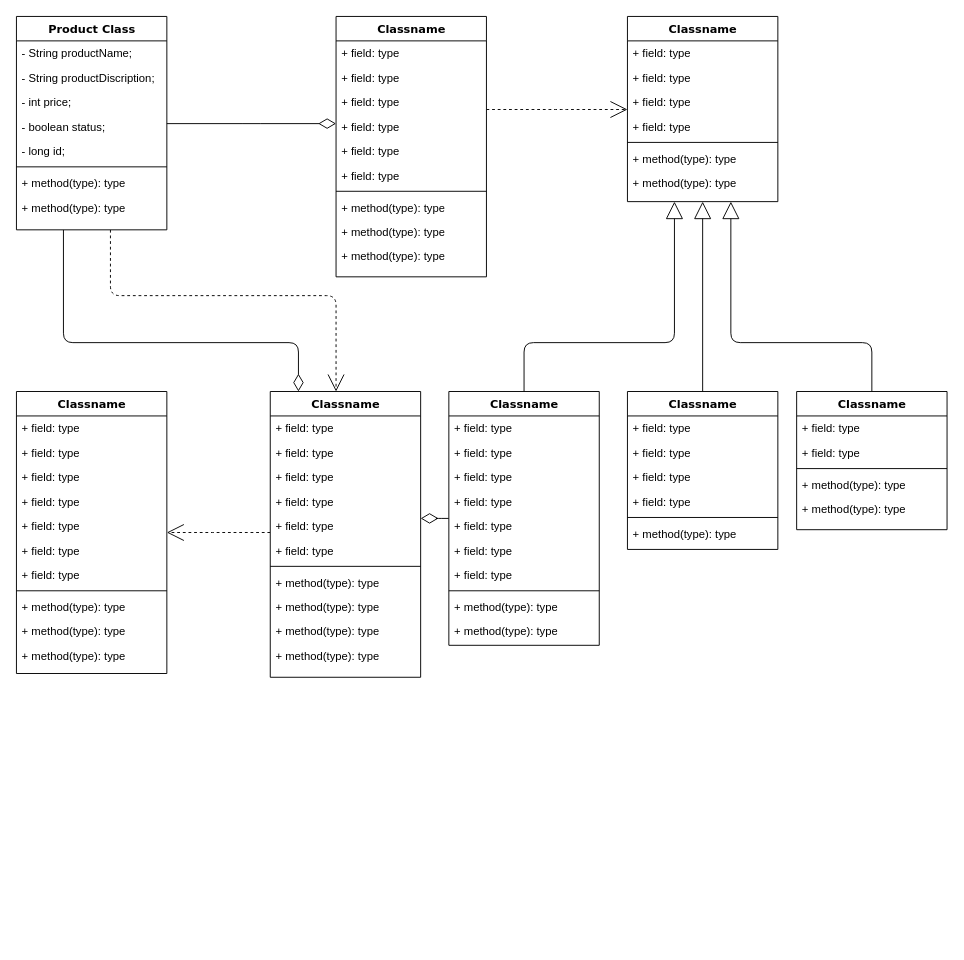
This is Dev_shop_UML.drawio from StanislawGlegola/dev-shop, a draw.io file, before an edit. Source tidied: cells renumbered, new cells numbered last; positions are measured from the earlier drawing's top-left corner, leaving out a move shared by most shapes. Both pictures are drawn from the tidied source at 94%, with x=0, y=0 at pixel (16, 16).
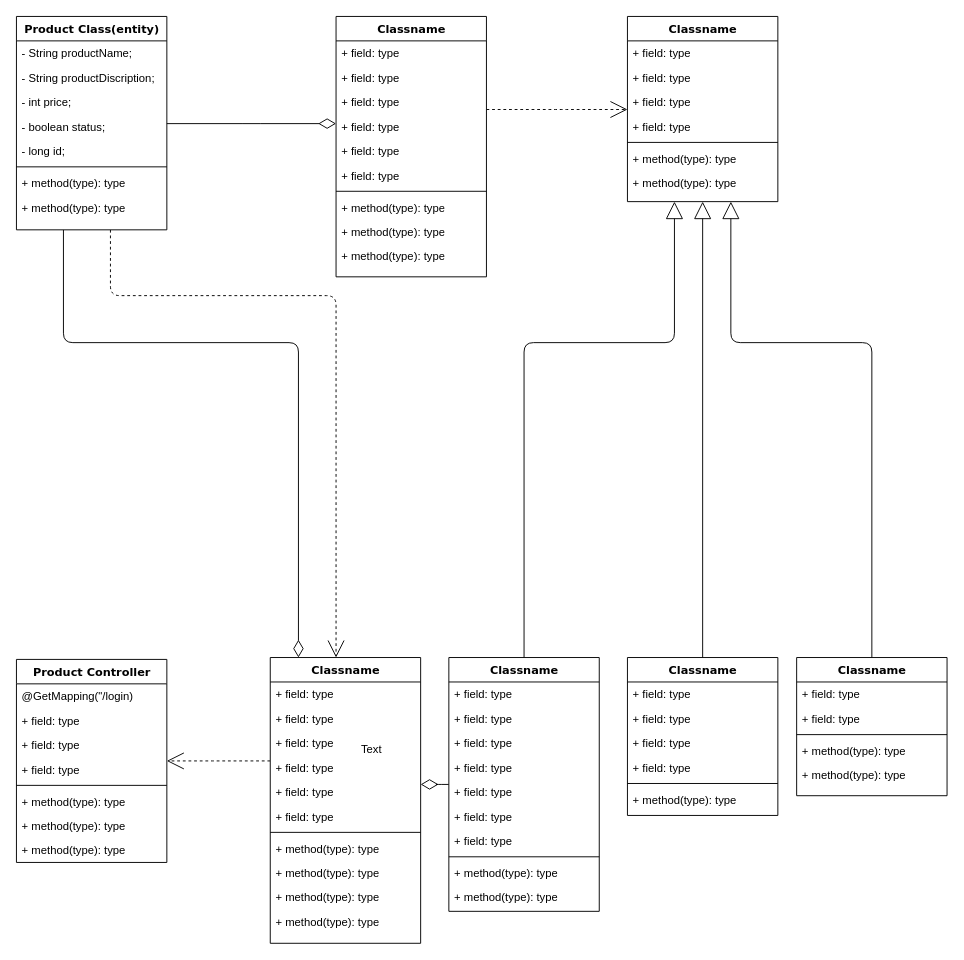
The same page after the edit.

Change to the diagram source:
```diff
@@
-    <mxCell id="4" value="Product Class" style="swimlane;html=1;fontStyle=1;align=center;verticalAlign=top;horizontal=1;startSize=26;swimlaneFillColor=#ffffff;rounded=0;shadow=0;comic=0;labelBackgroundColor=none;strokeColor=#000000;strokeWidth=1;fillColor=none;fontFamily=Verdana;fontSize=12;fontColor=#000000;" parent="1" vertex="1">
+    <mxCell id="4" value="Product Class(entity)" style="swimlane;html=1;fontStyle=1;align=center;verticalAlign=top;horizontal=1;startSize=26;swimlaneFillColor=#ffffff;rounded=0;shadow=0;comic=0;labelBackgroundColor=none;strokeColor=#000000;strokeWidth=1;fillColor=none;fontFamily=Verdana;fontSize=12;fontColor=#000000;" parent="1" vertex="1">
       <mxGeometry width="160" height="227" as="geometry" />
     </mxCell>
@@
-    <mxCell id="34" value="Classname" style="swimlane;html=1;fontStyle=1;align=center;verticalAlign=top;horizontal=1;startSize=26;swimlaneFillColor=#ffffff;rounded=0;shadow=0;comic=0;labelBackgroundColor=none;strokeColor=#000000;strokeWidth=1;fillColor=none;fontFamily=Verdana;fontSize=12;fontColor=#000000;" parent="1" vertex="1">
-      <mxGeometry y="399" width="160" height="300" as="geometry" />
+    <mxCell id="34" value="Product Controller" style="swimlane;html=1;fontStyle=1;align=center;verticalAlign=top;horizontal=1;startSize=26;swimlaneFillColor=#ffffff;rounded=0;shadow=0;comic=0;labelBackgroundColor=none;strokeColor=#000000;strokeWidth=1;fillColor=none;fontFamily=Verdana;fontSize=12;fontColor=#000000;" parent="1" vertex="1">
+      <mxGeometry y="684" width="160" height="216" as="geometry" />
     </mxCell>
-    <mxCell id="35" value="+ field: type" style="text;html=1;strokeColor=none;fillColor=none;align=left;verticalAlign=top;spacingLeft=4;spacingRight=4;whiteSpace=wrap;overflow=hidden;" parent="34" vertex="1">
+    <mxCell id="35" value="@GetMapping(&quot;/login)" style="text;html=1;strokeColor=none;fillColor=none;align=left;verticalAlign=top;spacingLeft=4;spacingRight=4;whiteSpace=wrap;overflow=hidden;" parent="34" vertex="1">
       <mxGeometry y="26" width="160" height="26" as="geometry" />
     </mxCell>
@@
-    <mxCell id="39" value="+ field: type" style="text;html=1;strokeColor=none;fillColor=none;align=left;verticalAlign=top;spacingLeft=4;spacingRight=4;whiteSpace=wrap;overflow=hidden;" parent="34" vertex="1">
-      <mxGeometry y="130" width="160" height="26" as="geometry" />
-    </mxCell>
-    <mxCell id="40" value="+ field: type" style="text;html=1;strokeColor=none;fillColor=none;align=left;verticalAlign=top;spacingLeft=4;spacingRight=4;whiteSpace=wrap;overflow=hidden;" parent="34" vertex="1">
-      <mxGeometry y="156" width="160" height="26" as="geometry" />
-    </mxCell>
-    <mxCell id="41" value="+ field: type" style="text;html=1;strokeColor=none;fillColor=none;align=left;verticalAlign=top;spacingLeft=4;spacingRight=4;whiteSpace=wrap;overflow=hidden;" parent="34" vertex="1">
-      <mxGeometry y="182" width="160" height="26" as="geometry" />
-    </mxCell>
     <mxCell id="42" style="line;html=1;strokeWidth=1;fillColor=none;align=left;verticalAlign=middle;spacingTop=-1;spacingLeft=3;spacingRight=3;labelPosition=right;" parent="34" vertex="1">
-      <mxGeometry y="208" width="160" height="8" as="geometry" />
+      <mxGeometry y="130" width="160" height="8" as="geometry" />
     </mxCell>
     <mxCell id="43" value="+ method(type): type" style="text;html=1;strokeColor=none;fillColor=none;align=left;verticalAlign=top;spacingLeft=4;spacingRight=4;whiteSpace=wrap;overflow=hidden;" parent="34" vertex="1">
-      <mxGeometry y="216" width="160" height="26" as="geometry" />
+      <mxGeometry y="138" width="160" height="26" as="geometry" />
     </mxCell>
     <mxCell id="44" value="+ method(type): type" style="text;html=1;strokeColor=none;fillColor=none;align=left;verticalAlign=top;spacingLeft=4;spacingRight=4;whiteSpace=wrap;overflow=hidden;" parent="34" vertex="1">
-      <mxGeometry y="242" width="160" height="26" as="geometry" />
+      <mxGeometry y="164" width="160" height="26" as="geometry" />
     </mxCell>
     <mxCell id="45" value="+ method(type): type" style="text;html=1;strokeColor=none;fillColor=none;align=left;verticalAlign=top;spacingLeft=4;spacingRight=4;whiteSpace=wrap;overflow=hidden;" parent="34" vertex="1">
-      <mxGeometry y="268" width="160" height="26" as="geometry" />
+      <mxGeometry y="190" width="160" height="26" as="geometry" />
     </mxCell>
@@
     <mxCell id="47" value="Classname" style="swimlane;html=1;fontStyle=1;align=center;verticalAlign=top;horizontal=1;startSize=26;swimlaneFillColor=#ffffff;rounded=0;shadow=0;comic=0;labelBackgroundColor=none;strokeColor=#000000;strokeWidth=1;fillColor=none;fontFamily=Verdana;fontSize=12;fontColor=#000000;" parent="1" vertex="1">
-      <mxGeometry x="270" y="399" width="160" height="304" as="geometry" />
+      <mxGeometry x="270" y="682" width="160" height="304" as="geometry" />
     </mxCell>
@@
     <mxCell id="60" value="Classname" style="swimlane;html=1;fontStyle=1;align=center;verticalAlign=top;horizontal=1;startSize=26;swimlaneFillColor=#ffffff;rounded=0;shadow=0;comic=0;labelBackgroundColor=none;strokeColor=#000000;strokeWidth=1;fillColor=none;fontFamily=Verdana;fontSize=12;fontColor=#000000;" parent="1" vertex="1">
-      <mxGeometry x="460" y="399" width="160" height="270" as="geometry" />
+      <mxGeometry x="460" y="682" width="160" height="270" as="geometry" />
     </mxCell>
@@
     <mxCell id="72" value="Classname" style="swimlane;html=1;fontStyle=1;align=center;verticalAlign=top;horizontal=1;startSize=26;swimlaneFillColor=#ffffff;rounded=0;shadow=0;comic=0;labelBackgroundColor=none;strokeColor=#000000;strokeWidth=1;fillColor=none;fontFamily=Verdana;fontSize=12;fontColor=#000000;" parent="1" vertex="1">
-      <mxGeometry x="650" y="399" width="160" height="168" as="geometry" />
+      <mxGeometry x="650" y="682" width="160" height="168" as="geometry" />
     </mxCell>
@@
     <mxCell id="80" value="Classname" style="swimlane;html=1;fontStyle=1;align=center;verticalAlign=top;horizontal=1;startSize=26;swimlaneFillColor=#ffffff;rounded=0;shadow=0;comic=0;labelBackgroundColor=none;strokeColor=#000000;strokeWidth=1;fillColor=none;fontFamily=Verdana;fontSize=12;fontColor=#000000;" parent="1" vertex="1">
-      <mxGeometry x="830" y="399" width="160" height="147" as="geometry" />
+      <mxGeometry x="830" y="682" width="160" height="147" as="geometry" />
     </mxCell>
@@
+    <mxCell id="87" value="Text" style="text;html=1;align=left;verticalAlign=top;spacingTop=-4;" parent="1" vertex="1">
+      <mxGeometry x="365" y="770" width="40" height="20" as="geometry" />
+    </mxCell>
```
